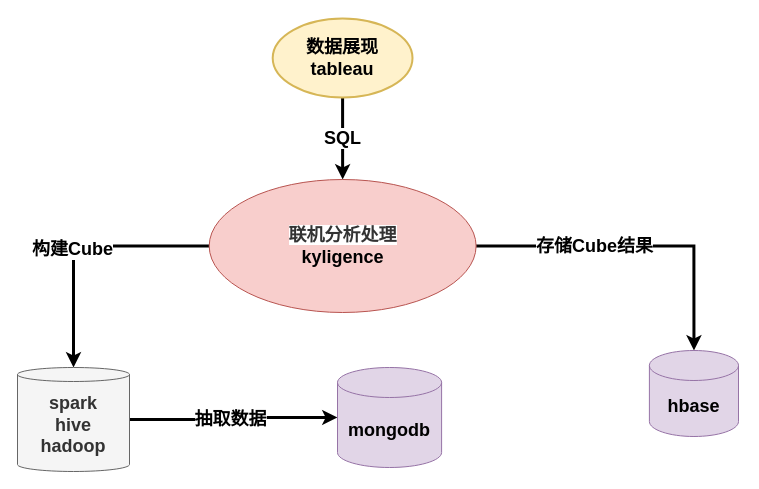
Earlier version of the draw.io diagram cloud_bigdata_flow.drawio (jimmy0/chart). Source tidied: cells renumbered, new cells numbered last; positions are measured from the earlier drawing's top-left corner, leaving out a move shared by most shapes. Both pictures are drawn from the tidied source at 100%, with x=0, y=0 at pixel (17, 18).
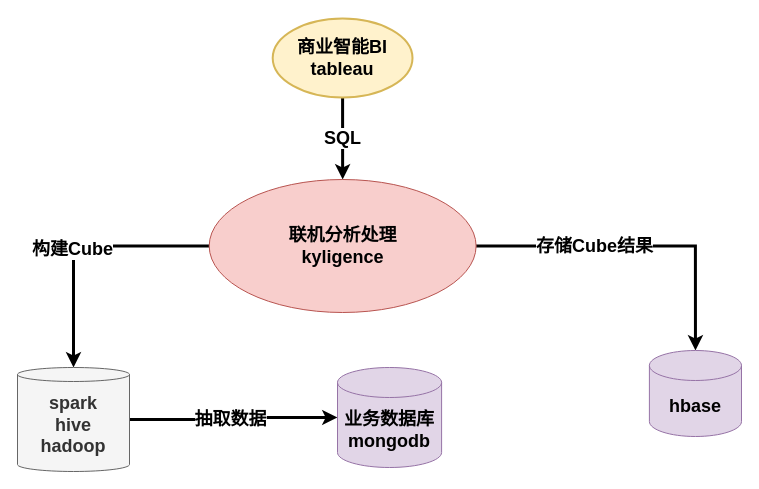
The same diagram, later.

What changed in the source:
```diff
@@
 <mxGraphModel>
   <root>
     <mxCell id="0" />
     <mxCell id="1" parent="0" />
     <mxCell id="2" style="edgeStyle=orthogonalEdgeStyle;rounded=0;jettySize=auto;html=1;entryX=0.5;entryY=0;entryDx=0;entryDy=0;entryPerimeter=0;fontSize=18;fontStyle=1;strokeWidth=3;" parent="1" edge="1" source="6" target="9">
       <mxGeometry relative="1" as="geometry" />
     </mxCell>
     <mxCell id="3" value="构建Cube" style="edgeLabel;html=1;align=center;verticalAlign=middle;fontSize=18;fontStyle=1;" parent="2" vertex="1">
       <mxGeometry x="0.08" y="-2" relative="1" as="geometry" />
     </mxCell>
     <mxCell id="4" style="edgeStyle=orthogonalEdgeStyle;rounded=0;jettySize=auto;html=1;entryX=0.5;entryY=0;entryDx=0;entryDy=0;entryPerimeter=0;fontSize=18;fontStyle=1;strokeWidth=3;" parent="1" edge="1" source="6" target="10">
       <mxGeometry relative="1" as="geometry" />
     </mxCell>
     <mxCell id="5" value="存储Cube结果" style="edgeLabel;html=1;align=center;verticalAlign=middle;fontSize=18;fontStyle=1;" parent="4" vertex="1">
       <mxGeometry x="-0.61" relative="1" as="geometry">
         <mxPoint x="55" as="offset" />
       </mxGeometry>
     </mxCell>
-    <mxCell id="6" value="&lt;span style=&quot;color: rgb(51, 51, 51); font-family: arial, sans-serif; font-size: 18px; background-color: rgb(255, 255, 255);&quot;&gt;联机分析处理&lt;/span&gt;&lt;span style=&quot;font-size: 18px;&quot;&gt;&lt;br style=&quot;font-size: 18px;&quot;&gt;kyligence&lt;/span&gt;" style="ellipse;whiteSpace=wrap;html=1;fontSize=18;fontStyle=1;fillColor=#f8cecc;strokeColor=#b85450;" parent="1" vertex="1">
+    <mxCell id="6" value="&lt;span style=&quot;font-size: 18px&quot;&gt;联机分析处理&lt;br&gt;&lt;/span&gt;kyligence&lt;span style=&quot;font-size: 18px&quot;&gt;&lt;br&gt;&lt;/span&gt;" style="ellipse;whiteSpace=wrap;html=1;fontSize=18;fontStyle=1;fillColor=#f8cecc;strokeColor=#b85450;" parent="1" vertex="1">
       <mxGeometry x="191.7" y="161" width="266.9" height="133" as="geometry" />
     </mxCell>
     <mxCell id="7" style="edgeStyle=orthogonalEdgeStyle;rounded=0;jettySize=auto;html=1;fontSize=18;fontStyle=1;strokeWidth=3;" parent="1" edge="1" source="9" target="13">
       <mxGeometry relative="1" as="geometry" />
     </mxCell>
     <mxCell id="8" value="抽取数据" style="edgeLabel;html=1;align=center;verticalAlign=middle;fontSize=18;fontStyle=1;" parent="7" vertex="1">
       <mxGeometry x="-0.05" y="1" relative="1" as="geometry" />
     </mxCell>
     <mxCell id="9" value="spark&lt;br style=&quot;font-size: 18px;&quot;&gt;hive&lt;br style=&quot;font-size: 18px;&quot;&gt;hadoop" style="shape=cylinder3;whiteSpace=wrap;html=1;boundedLbl=1;backgroundOutline=1;size=7;fontSize=18;fontStyle=1;fillColor=#f5f5f5;fontColor=#333333;strokeColor=#666666;" parent="1" vertex="1">
       <mxGeometry y="349" width="112" height="104" as="geometry" />
     </mxCell>
     <mxCell id="10" value="hbase" style="shape=cylinder3;whiteSpace=wrap;html=1;boundedLbl=1;backgroundOutline=1;size=15;fontSize=18;fontStyle=1;fillColor=#e1d5e7;strokeColor=#9673a6;" parent="1" vertex="1">
-      <mxGeometry x="631.9" y="332" width="89.1" height="86" as="geometry" />
+      <mxGeometry x="631.9" y="332" width="92.1" height="86" as="geometry" />
     </mxCell>
     <mxCell id="11" value="SQL" style="edgeStyle=orthogonalEdgeStyle;rounded=0;jettySize=auto;html=1;entryX=0.5;entryY=0;entryDx=0;entryDy=0;fontSize=18;fontStyle=1;strokeWidth=3;" parent="1" edge="1" source="12" target="6">
       <mxGeometry relative="1" as="geometry" />
     </mxCell>
-    <mxCell id="12" value="数据展现&lt;br style=&quot;font-size: 18px&quot;&gt;tableau" style="strokeWidth=2;html=1;shape=mxgraph.flowchart.start_1;whiteSpace=wrap;fontSize=18;fontStyle=1;fillColor=#fff2cc;strokeColor=#d6b656;" parent="1" vertex="1">
+    <mxCell id="12" value="商业智能BI&lt;br style=&quot;font-size: 18px&quot;&gt;tableau" style="strokeWidth=2;html=1;shape=mxgraph.flowchart.start_1;whiteSpace=wrap;fontSize=18;fontStyle=1;fillColor=#fff2cc;strokeColor=#d6b656;" parent="1" vertex="1">
       <mxGeometry x="255.2" width="139.8" height="79" as="geometry" />
     </mxCell>
-    <mxCell id="13" value="mongodb" style="shape=cylinder3;whiteSpace=wrap;html=1;boundedLbl=1;backgroundOutline=1;size=15;fontSize=18;fontStyle=1;fillColor=#e1d5e7;strokeColor=#9673a6;" parent="1" vertex="1">
+    <mxCell id="13" value="业务数据库mongodb" style="shape=cylinder3;whiteSpace=wrap;html=1;boundedLbl=1;backgroundOutline=1;size=15;fontSize=18;fontStyle=1;fillColor=#e1d5e7;strokeColor=#9673a6;" parent="1" vertex="1">
       <mxGeometry x="320" y="349" width="104.1" height="100" as="geometry" />
     </mxCell>
   </root>
 </mxGraphModel>
```
